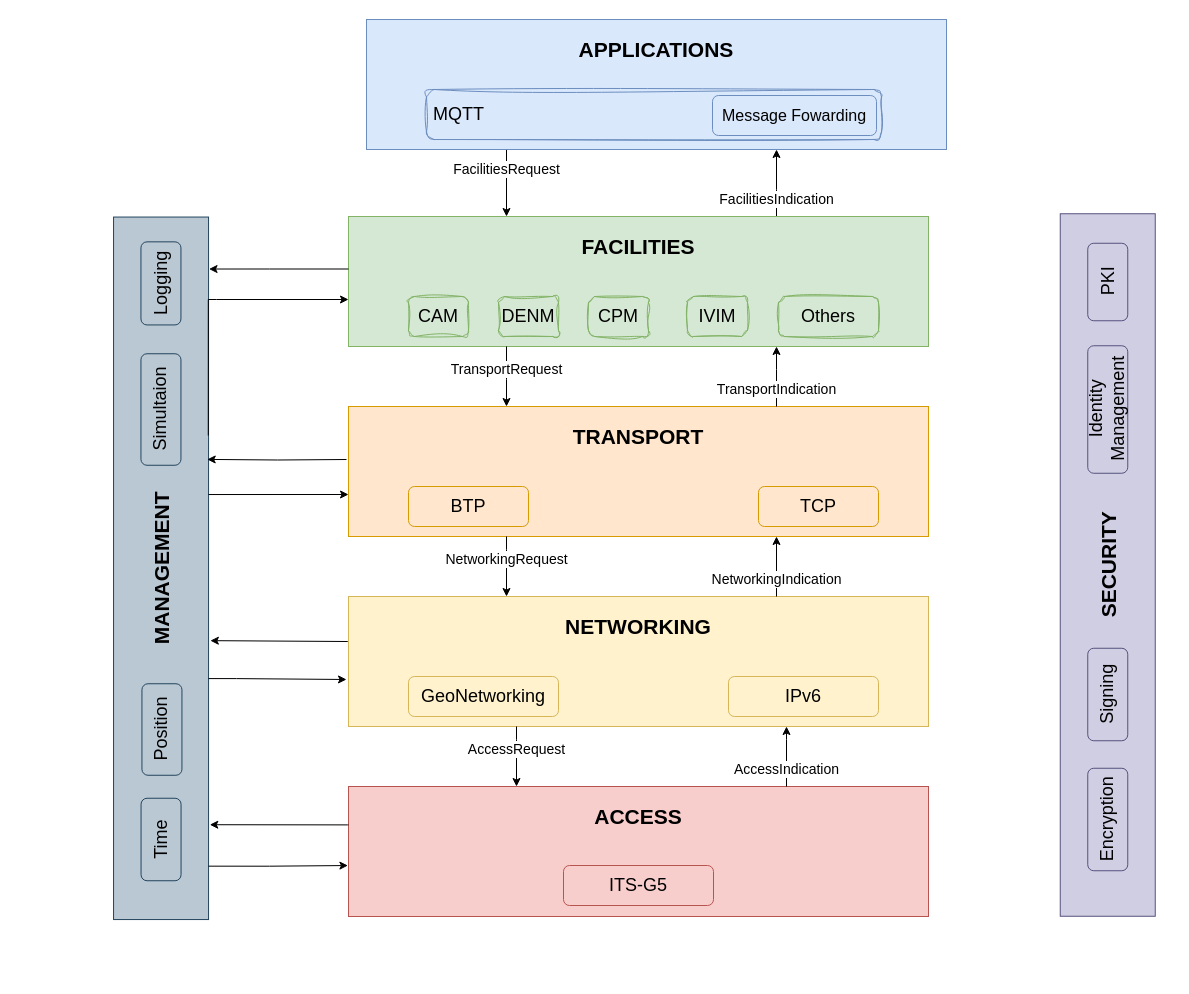
Earlier version of the draw.io diagram assets/itss_arch.drawio (bearkillerPT/Dissertation). Source tidied: cells renumbered, new cells numbered last; positions are measured from the earlier drawing's top-left corner, leaving out a move shared by most shapes. Both pictures are drawn from the tidied source at 100%, with x=0, y=0 at pixel (-191, 19). Pictures stored in the file or linked from it are replaced by grey dashed boxes.
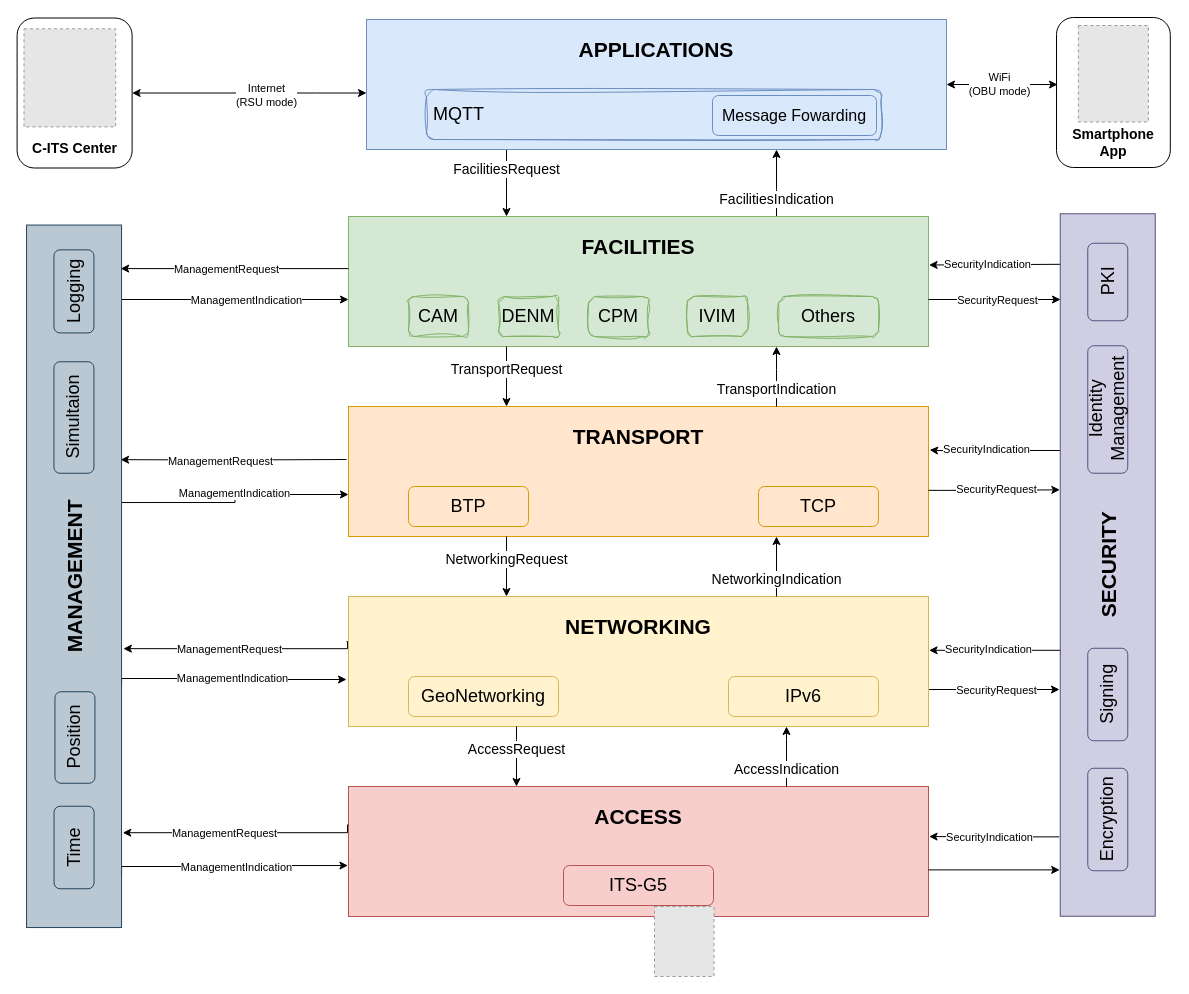
Above is the later version.

Commit message:
diagram finally complete jesus

The change refers to these unchanged cells:
```xml
<mxCell id="5" value="&lt;font size=&quot;1&quot; style=&quot;&quot;&gt;&lt;b style=&quot;font-size: 21px;&quot;&gt;APPLICATIONS&lt;/b&gt;&lt;/font&gt;" style="rounded=0;whiteSpace=wrap;html=1;fillColor=#dae8fc;strokeColor=#6c8ebf;spacingTop=-70;" parent="4" vertex="1">
  <mxGeometry width="580" height="130" as="geometry" />
</mxCell>
<mxCell id="9" value="&lt;span style=&quot;font-size: 21px;&quot;&gt;&lt;b&gt;FACILITIES&lt;/b&gt;&lt;/span&gt;" style="rounded=0;whiteSpace=wrap;html=1;fillColor=#d5e8d4;strokeColor=#82b366;spacingTop=-70;" parent="8" vertex="1">
  <mxGeometry width="580" height="130" as="geometry" />
</mxCell>
<mxCell id="16" value="&lt;span style=&quot;font-size: 21px;&quot;&gt;&lt;b&gt;TRANSPORT&lt;/b&gt;&lt;/span&gt;" style="rounded=0;whiteSpace=wrap;html=1;fillColor=#ffe6cc;strokeColor=#d79b00;spacingTop=-70;" parent="15" vertex="1">
  <mxGeometry width="580" height="130" as="geometry" />
</mxCell>
<mxCell id="20" value="&lt;font size=&quot;1&quot; style=&quot;&quot;&gt;&lt;b style=&quot;font-size: 21px;&quot;&gt;NETWORKING&lt;/b&gt;&lt;/font&gt;" style="rounded=0;whiteSpace=wrap;html=1;fillColor=#fff2cc;strokeColor=#D6B656;spacingTop=-70;" parent="19" vertex="1">
  <mxGeometry width="580" height="130" as="geometry" />
</mxCell>
<mxCell id="24" value="&lt;font size=&quot;1&quot; style=&quot;&quot;&gt;&lt;b style=&quot;font-size: 21px;&quot;&gt;ACCESS&lt;/b&gt;&lt;/font&gt;" style="rounded=0;whiteSpace=wrap;html=1;fillColor=#f8cecc;strokeColor=#b85450;spacingTop=-70;" parent="23" vertex="1">
  <mxGeometry width="580" height="130" as="geometry" />
</mxCell>
<mxCell id="34" value="&lt;font size=&quot;1&quot; style=&quot;&quot;&gt;&lt;b style=&quot;font-size: 21px;&quot;&gt;MANAGEMENT&lt;br&gt;&lt;/b&gt;&lt;/font&gt;" style="rounded=0;whiteSpace=wrap;html=1;fillColor=#bac8d3;strokeColor=#23445d;spacingTop=0;direction=east;flipV=0;flipH=0;rotation=270;" parent="33" vertex="1">
  <mxGeometry x="-303.7" y="303.8" width="702.5" height="95" as="geometry" />
</mxCell>
```

Diff of the diagram source:
```diff
@@
-    <mxCell id="32" style="group;" parent="1" vertex="1">
-      <mxGeometry x="304" width="398.8" height="900" as="geometry" />
-    </mxCell>
+    <mxCell id="39" style="edgeStyle=orthogonalEdgeStyle;rounded=0;jettySize=auto;html=1;exitX=0.689;exitY=0.997;exitDx=0;exitDy=0;exitPerimeter=0;" parent="1" edge="1" source="34" target="9">
+      <mxGeometry relative="1" as="geometry">
+        <Array as="points">
+          <mxPoint x="407" y="280" />
+          <mxPoint x="407" y="280" />
+        </Array>
+      </mxGeometry>
+    </mxCell>
+    <mxCell id="52" value="ManagementIndication" style="edgeLabel;html=1;align=center;verticalAlign=middle;" parent="39" vertex="1">
+      <mxGeometry x="0.45" relative="1" as="geometry" />
+    </mxCell>
+    <mxCell id="40" style="edgeStyle=orthogonalEdgeStyle;rounded=0;jettySize=auto;html=1;entryX=0.938;entryY=0.991;entryDx=0;entryDy=0;entryPerimeter=0;" parent="1" edge="1" source="9" target="34">
+      <mxGeometry relative="1" as="geometry">
+        <Array as="points">
+          <mxPoint x="426" y="250" />
+        </Array>
+      </mxGeometry>
+    </mxCell>
+    <mxCell id="53" value="ManagementRequest" style="edgeLabel;html=1;align=center;verticalAlign=middle;" parent="40" vertex="1">
+      <mxGeometry x="0.15" relative="1" as="geometry">
+        <mxPoint x="8" as="offset" />
+      </mxGeometry>
+    </mxCell>
+    <mxCell id="41" style="edgeStyle=orthogonalEdgeStyle;rounded=0;jettySize=auto;html=1;entryX=0;entryY=0.677;entryDx=0;entryDy=0;entryPerimeter=0;exitX=0.605;exitY=1;exitDx=0;exitDy=0;exitPerimeter=0;" parent="1" edge="1" source="34" target="16">
+      <mxGeometry relative="1" as="geometry" />
+    </mxCell>
+    <mxCell id="54" value="ManagementIndication" style="edgeLabel;html=1;align=center;verticalAlign=middle;" parent="41" vertex="1">
+      <mxGeometry x="0.1" y="2" relative="1" as="geometry">
+        <mxPoint x="-9" as="offset" />
+      </mxGeometry>
+    </mxCell>
+    <mxCell id="42" style="edgeStyle=orthogonalEdgeStyle;rounded=0;jettySize=auto;html=1;entryX=0.666;entryY=0.99;entryDx=0;entryDy=0;entryPerimeter=0;" parent="1" edge="1" target="34">
+      <mxGeometry relative="1" as="geometry">
+        <mxPoint x="537" y="440" as="sourcePoint" />
+      </mxGeometry>
+    </mxCell>
+    <mxCell id="55" value="ManagementRequest" style="edgeLabel;html=1;align=center;verticalAlign=middle;" parent="42" vertex="1">
+      <mxGeometry x="0.33" y="1" relative="1" as="geometry">
+        <mxPoint x="23" as="offset" />
+      </mxGeometry>
+    </mxCell>
+    <mxCell id="43" style="edgeStyle=orthogonalEdgeStyle;rounded=0;jettySize=auto;html=1;exitX=0.343;exitY=1;exitDx=0;exitDy=0;exitPerimeter=0;" parent="1" edge="1" source="34">
+      <mxGeometry relative="1" as="geometry">
+        <mxPoint x="537" y="660" as="targetPoint" />
+        <Array as="points">
+          <mxPoint x="427" y="659" />
+        </Array>
+      </mxGeometry>
+    </mxCell>
+    <mxCell id="56" value="ManagementIndication" style="edgeLabel;html=1;align=center;verticalAlign=middle;" parent="43" vertex="1">
+      <mxGeometry x="0.07" y="2" relative="1" as="geometry">
+        <mxPoint x="-6" as="offset" />
+      </mxGeometry>
+    </mxCell>
+    <mxCell id="44" style="edgeStyle=orthogonalEdgeStyle;rounded=0;jettySize=auto;html=1;entryX=0.397;entryY=1.019;entryDx=0;entryDy=0;entryPerimeter=0;" parent="1" edge="1" target="34">
+      <mxGeometry relative="1" as="geometry">
+        <mxPoint x="537" y="622" as="sourcePoint" />
+        <Array as="points">
+          <mxPoint x="538" y="622" />
+        </Array>
+      </mxGeometry>
+    </mxCell>
+    <mxCell id="57" value="ManagementRequest" style="edgeLabel;html=1;align=center;verticalAlign=middle;" parent="44" vertex="1">
+      <mxGeometry x="0.16" relative="1" as="geometry">
+        <mxPoint x="8" as="offset" />
+      </mxGeometry>
+    </mxCell>
+    <mxCell id="45" style="edgeStyle=orthogonalEdgeStyle;rounded=0;jettySize=auto;html=1;entryX=-0.001;entryY=0.608;entryDx=0;entryDy=0;entryPerimeter=0;exitX=0.076;exitY=1;exitDx=0;exitDy=0;exitPerimeter=0;" parent="1" edge="1" source="34" target="24">
+      <mxGeometry relative="1" as="geometry">
+        <Array as="points">
+          <mxPoint x="460" y="847" />
+        </Array>
+      </mxGeometry>
+    </mxCell>
+    <mxCell id="58" value="ManagementIndication" style="edgeLabel;html=1;align=center;verticalAlign=middle;" parent="45" vertex="1">
+      <mxGeometry x="0.13" y="-1" relative="1" as="geometry">
+        <mxPoint x="-11" y="-1" as="offset" />
+      </mxGeometry>
+    </mxCell>
+    <mxCell id="46" style="edgeStyle=orthogonalEdgeStyle;rounded=0;jettySize=auto;html=1;entryX=0.135;entryY=1.013;entryDx=0;entryDy=0;entryPerimeter=0;exitX=0;exitY=0.295;exitDx=0;exitDy=0;exitPerimeter=0;" parent="1" edge="1" source="24" target="34">
+      <mxGeometry relative="1" as="geometry">
+        <Array as="points">
+          <mxPoint x="538" y="805" />
+        </Array>
+      </mxGeometry>
+    </mxCell>
+    <mxCell id="59" value="ManagementRequest" style="edgeLabel;html=1;align=center;verticalAlign=middle;" parent="46" vertex="1">
+      <mxGeometry x="0.28" relative="1" as="geometry">
+        <mxPoint x="17" as="offset" />
+      </mxGeometry>
+    </mxCell>
+    <mxCell id="60" style="edgeStyle=orthogonalEdgeStyle;rounded=0;jettySize=auto;html=1;entryX=1.001;entryY=0.373;entryDx=0;entryDy=0;entryPerimeter=0;exitX=0.928;exitY=-0.003;exitDx=0;exitDy=0;exitPerimeter=0;" parent="1" edge="1" source="47" target="9">
+      <mxGeometry relative="1" as="geometry">
+        <Array as="points">
+          <mxPoint x="1252" y="245" />
+        </Array>
+      </mxGeometry>
+    </mxCell>
+    <mxCell id="61" value="SecurityIndication" style="edgeLabel;html=1;align=center;verticalAlign=middle;" parent="60" vertex="1">
+      <mxGeometry x="0.32" y="-1" relative="1" as="geometry">
+        <mxPoint x="12" as="offset" />
+      </mxGeometry>
+    </mxCell>
+    <mxCell id="62" style="edgeStyle=orthogonalEdgeStyle;rounded=0;jettySize=auto;html=1;entryX=1.002;entryY=0.334;entryDx=0;entryDy=0;entryPerimeter=0;exitX=0.663;exitY=-0.002;exitDx=0;exitDy=0;exitPerimeter=0;" parent="1" edge="1" source="47" target="16">
+      <mxGeometry relative="1" as="geometry">
+        <Array as="points">
+          <mxPoint x="1127" y="431" />
+        </Array>
+      </mxGeometry>
+    </mxCell>
+    <mxCell id="63" value="SecurityIndication" style="edgeLabel;html=1;align=center;verticalAlign=middle;" parent="62" vertex="1">
+      <mxGeometry x="0.21" y="-1" relative="1" as="geometry">
+        <mxPoint x="5" as="offset" />
+      </mxGeometry>
+    </mxCell>
+    <mxCell id="64" style="edgeStyle=orthogonalEdgeStyle;rounded=0;jettySize=auto;html=1;exitX=0.374;exitY=0.007;exitDx=0;exitDy=0;exitPerimeter=0;entryX=1.001;entryY=0.414;entryDx=0;entryDy=0;entryPerimeter=0;" parent="1" edge="1" source="47" target="20">
+      <mxGeometry relative="1" as="geometry">
+        <Array as="points">
+          <mxPoint x="1251" y="630" />
+          <mxPoint x="1120" y="630" />
+        </Array>
+      </mxGeometry>
+    </mxCell>
+    <mxCell id="65" value="SecurityIndication" style="edgeLabel;html=1;align=center;verticalAlign=middle;" parent="64" vertex="1">
+      <mxGeometry x="0.12" y="-1" relative="1" as="geometry" />
+    </mxCell>
+    <mxCell id="66" style="edgeStyle=orthogonalEdgeStyle;rounded=0;jettySize=auto;html=1;entryX=1.001;entryY=0.385;entryDx=0;entryDy=0;entryPerimeter=0;exitX=0.113;exitY=-0.01;exitDx=0;exitDy=0;exitPerimeter=0;" parent="1" edge="1" source="47" target="24">
+      <mxGeometry relative="1" as="geometry">
+        <Array as="points">
+          <mxPoint x="1185" y="817" />
+        </Array>
+      </mxGeometry>
+    </mxCell>
+    <mxCell id="67" value="SecurityIndication" style="edgeLabel;html=1;align=center;verticalAlign=middle;" parent="66" vertex="1">
+      <mxGeometry x="0.08" relative="1" as="geometry" />
+    </mxCell>
+    <mxCell id="47" value="&lt;font size=&quot;1&quot; style=&quot;&quot;&gt;&lt;b style=&quot;font-size: 21px;&quot;&gt;SECURITY&lt;br&gt;&lt;/b&gt;&lt;/font&gt;" style="rounded=0;whiteSpace=wrap;html=1;fillColor=#d0cee2;strokeColor=#56517E;spacingTop=0;direction=east;flipV=0;flipH=0;rotation=270;" parent="1" vertex="1">
+      <mxGeometry x="947" y="498" width="702.5" height="95" as="geometry" />
+    </mxCell>
+    <mxCell id="48" value="&lt;font style=&quot;font-size: 18px;&quot;&gt;Encryption&lt;br&gt;&lt;/font&gt;" style="rounded=1;whiteSpace=wrap;html=1;fillColor=none;strokeColor=#56517E;align=center;rotation=270;" parent="1" vertex="1">
+      <mxGeometry x="1247" y="780" width="102.5" height="40" as="geometry" />
+    </mxCell>
+    <mxCell id="49" value="&lt;font style=&quot;font-size: 18px;&quot;&gt;Signing&lt;br&gt;&lt;/font&gt;" style="rounded=1;whiteSpace=wrap;html=1;fillColor=none;strokeColor=#56517E;align=center;rotation=270;" parent="1" vertex="1">
+      <mxGeometry x="1252" y="655" width="92.5" height="40" as="geometry" />
+    </mxCell>
+    <mxCell id="50" value="&lt;font style=&quot;font-size: 18px;&quot;&gt;PKI&lt;br&gt;&lt;/font&gt;" style="rounded=1;whiteSpace=wrap;html=1;fillColor=none;strokeColor=#56517E;align=center;rotation=270;" parent="1" vertex="1">
+      <mxGeometry x="1259.5" y="242.5" width="77.5" height="40" as="geometry" />
+    </mxCell>
+    <mxCell id="51" value="&lt;font style=&quot;font-size: 18px;&quot;&gt;Identity&lt;br&gt;Management&lt;br&gt;&lt;/font&gt;" style="rounded=1;whiteSpace=wrap;html=1;fillColor=none;strokeColor=#56517E;align=center;rotation=270;" parent="1" vertex="1">
+      <mxGeometry x="1234.5" y="370" width="127.5" height="40" as="geometry" />
+    </mxCell>
+    <mxCell id="68" style="edgeStyle=orthogonalEdgeStyle;rounded=0;jettySize=auto;html=1;" parent="1" edge="1" source="9">
+      <mxGeometry relative="1" as="geometry">
+        <mxPoint x="1251" y="280" as="targetPoint" />
+        <Array as="points">
+          <mxPoint x="1251" y="280" />
+        </Array>
+      </mxGeometry>
+    </mxCell>
+    <mxCell id="69" value="SecurityRequest" style="edgeLabel;html=1;align=center;verticalAlign=middle;" parent="68" vertex="1">
+      <mxGeometry x="-0.13" relative="1" as="geometry">
+        <mxPoint x="11" as="offset" />
+      </mxGeometry>
+    </mxCell>
+    <mxCell id="70" style="edgeStyle=orthogonalEdgeStyle;rounded=0;jettySize=auto;html=1;exitX=1;exitY=0.645;exitDx=0;exitDy=0;exitPerimeter=0;entryX=0.607;entryY=-0.004;entryDx=0;entryDy=0;entryPerimeter=0;" parent="1" edge="1" source="16" target="47">
+      <mxGeometry relative="1" as="geometry">
+        <Array as="points">
+          <mxPoint x="1167" y="471" />
+        </Array>
+      </mxGeometry>
+    </mxCell>
+    <mxCell id="71" value="SecurityRequest" style="edgeLabel;html=1;align=center;verticalAlign=middle;" parent="70" vertex="1">
+      <mxGeometry x="0.14" y="1" relative="1" as="geometry">
+        <mxPoint x="-7" as="offset" />
+      </mxGeometry>
+    </mxCell>
+    <mxCell id="72" style="edgeStyle=orthogonalEdgeStyle;rounded=0;jettySize=auto;html=1;exitX=1.001;exitY=0.712;exitDx=0;exitDy=0;exitPerimeter=0;" parent="1" edge="1" source="20">
+      <mxGeometry relative="1" as="geometry">
+        <mxPoint x="1250" y="670" as="targetPoint" />
+        <Array as="points">
+          <mxPoint x="1250" y="670" />
+        </Array>
+      </mxGeometry>
+    </mxCell>
+    <mxCell id="73" value="SecurityRequest" style="edgeLabel;html=1;align=center;verticalAlign=middle;" parent="72" vertex="1">
+      <mxGeometry x="-0.08" y="-2" relative="1" as="geometry">
+        <mxPoint x="7" y="-2" as="offset" />
+      </mxGeometry>
+    </mxCell>
+    <mxCell id="74" style="edgeStyle=orthogonalEdgeStyle;rounded=0;jettySize=auto;html=1;entryX=0.066;entryY=-0.006;entryDx=0;entryDy=0;entryPerimeter=0;" parent="1" edge="1" source="24" target="47">
+      <mxGeometry relative="1" as="geometry">
+        <Array as="points">
+          <mxPoint x="1185" y="850" />
+        </Array>
+      </mxGeometry>
+    </mxCell>
-    <mxCell id="33" style="group;" parent="32" vertex="1">
-      <mxGeometry y="197.5" width="95" height="702.5" as="geometry" />
+    <mxCell id="33" style="group;" parent="1" vertex="1">
+      <mxGeometry x="217" y="205.5" width="95" height="702.5" as="geometry" />
     </mxCell>
@@
-    <mxCell id="39" style="edgeStyle=orthogonalEdgeStyle;rounded=0;jettySize=auto;html=1;exitX=0.689;exitY=0.997;exitDx=0;exitDy=0;exitPerimeter=0;" parent="1" edge="1" source="34" target="9">
-      <mxGeometry relative="1" as="geometry">
-        <Array as="points">
-          <mxPoint x="407" y="280" />
-          <mxPoint x="407" y="280" />
-        </Array>
-      </mxGeometry>
-    </mxCell>
-    <mxCell id="40" style="edgeStyle=orthogonalEdgeStyle;rounded=0;jettySize=auto;html=1;entryX=0.926;entryY=1.005;entryDx=0;entryDy=0;entryPerimeter=0;" parent="1" edge="1" source="9" target="34">
-      <mxGeometry relative="1" as="geometry">
-        <Array as="points">
-          <mxPoint x="460" y="249" />
-        </Array>
-      </mxGeometry>
-    </mxCell>
-    <mxCell id="41" style="edgeStyle=orthogonalEdgeStyle;rounded=0;jettySize=auto;html=1;entryX=0;entryY=0.677;entryDx=0;entryDy=0;entryPerimeter=0;exitX=0.605;exitY=1;exitDx=0;exitDy=0;exitPerimeter=0;" parent="1" edge="1" source="34" target="16">
-      <mxGeometry relative="1" as="geometry" />
-    </mxCell>
-    <mxCell id="42" style="edgeStyle=orthogonalEdgeStyle;rounded=0;jettySize=auto;html=1;entryX=0.655;entryY=0.986;entryDx=0;entryDy=0;entryPerimeter=0;" parent="1" edge="1" target="34">
-      <mxGeometry relative="1" as="geometry">
-        <mxPoint x="537" y="440" as="sourcePoint" />
-      </mxGeometry>
-    </mxCell>
-    <mxCell id="43" style="edgeStyle=orthogonalEdgeStyle;rounded=0;jettySize=auto;html=1;exitX=0.343;exitY=1;exitDx=0;exitDy=0;exitPerimeter=0;" parent="1" edge="1" source="34">
-      <mxGeometry relative="1" as="geometry">
-        <mxPoint x="537" y="660" as="targetPoint" />
-        <Array as="points">
-          <mxPoint x="427" y="659" />
-        </Array>
-      </mxGeometry>
-    </mxCell>
-    <mxCell id="44" style="edgeStyle=orthogonalEdgeStyle;rounded=0;jettySize=auto;html=1;entryX=0.397;entryY=1.019;entryDx=0;entryDy=0;entryPerimeter=0;" parent="1" edge="1" target="34">
-      <mxGeometry relative="1" as="geometry">
-        <mxPoint x="537" y="622" as="sourcePoint" />
-        <Array as="points">
-          <mxPoint x="538" y="622" />
-        </Array>
-      </mxGeometry>
-    </mxCell>
-    <mxCell id="45" style="edgeStyle=orthogonalEdgeStyle;rounded=0;jettySize=auto;html=1;entryX=-0.001;entryY=0.608;entryDx=0;entryDy=0;entryPerimeter=0;exitX=0.076;exitY=1;exitDx=0;exitDy=0;exitPerimeter=0;" parent="1" edge="1" source="34" target="24">
-      <mxGeometry relative="1" as="geometry">
-        <Array as="points">
-          <mxPoint x="460" y="847" />
-        </Array>
-      </mxGeometry>
-    </mxCell>
-    <mxCell id="46" style="edgeStyle=orthogonalEdgeStyle;rounded=0;jettySize=auto;html=1;entryX=0.135;entryY=1.013;entryDx=0;entryDy=0;entryPerimeter=0;exitX=0;exitY=0.295;exitDx=0;exitDy=0;exitPerimeter=0;" parent="1" edge="1" source="24" target="34">
-      <mxGeometry relative="1" as="geometry">
-        <Array as="points">
-          <mxPoint x="538" y="805" />
-        </Array>
-      </mxGeometry>
-    </mxCell>
-    <mxCell id="47" value="&lt;font size=&quot;1&quot; style=&quot;&quot;&gt;&lt;b style=&quot;font-size: 21px;&quot;&gt;SECURITY&lt;br&gt;&lt;/b&gt;&lt;/font&gt;" style="rounded=0;whiteSpace=wrap;html=1;fillColor=#d0cee2;strokeColor=#56517E;spacingTop=0;direction=east;flipV=0;flipH=0;rotation=270;" parent="1" vertex="1">
-      <mxGeometry x="947" y="498" width="702.5" height="95" as="geometry" />
-    </mxCell>
-    <mxCell id="48" value="&lt;font style=&quot;font-size: 18px;&quot;&gt;Encryption&lt;br&gt;&lt;/font&gt;" style="rounded=1;whiteSpace=wrap;html=1;fillColor=none;strokeColor=#56517E;align=center;rotation=270;" parent="1" vertex="1">
-      <mxGeometry x="1247" y="780" width="102.5" height="40" as="geometry" />
-    </mxCell>
-    <mxCell id="49" value="&lt;font style=&quot;font-size: 18px;&quot;&gt;Signing&lt;br&gt;&lt;/font&gt;" style="rounded=1;whiteSpace=wrap;html=1;fillColor=none;strokeColor=#56517E;align=center;rotation=270;" parent="1" vertex="1">
-      <mxGeometry x="1252" y="655" width="92.5" height="40" as="geometry" />
-    </mxCell>
-    <mxCell id="50" value="&lt;font style=&quot;font-size: 18px;&quot;&gt;PKI&lt;br&gt;&lt;/font&gt;" style="rounded=1;whiteSpace=wrap;html=1;fillColor=none;strokeColor=#56517E;align=center;rotation=270;" parent="1" vertex="1">
-      <mxGeometry x="1259.5" y="242.5" width="77.5" height="40" as="geometry" />
-    </mxCell>
-    <mxCell id="51" value="&lt;font style=&quot;font-size: 18px;&quot;&gt;Identity&lt;br&gt;Management&lt;br&gt;&lt;/font&gt;" style="rounded=1;whiteSpace=wrap;html=1;fillColor=none;strokeColor=#56517E;align=center;rotation=270;" parent="1" vertex="1">
-      <mxGeometry x="1234.5" y="370" width="127.5" height="40" as="geometry" />
-    </mxCell>
+    <mxCell id="75" style="group;rotation=0;" parent="1" vertex="1">
+      <mxGeometry x="207.6" y="-1.5" width="113.8" height="150" as="geometry" />
+    </mxCell>
+    <mxCell id="76" value="&lt;p style=&quot;line-height: 120%;&quot;&gt;&lt;font style=&quot;font-size: 14px;&quot;&gt;&lt;b&gt;C-ITS Center&lt;/b&gt;&lt;/font&gt;&lt;/p&gt;" style="rounded=1;whiteSpace=wrap;html=1;spacingTop=110;" parent="75" vertex="1">
+      <mxGeometry width="115" height="150" as="geometry" />
+    </mxCell>
+    <mxCell id="77" style="fillColor=#E6E6E6;strokeColor=#999999;dashed=1;verticalLabelPosition=bottom;labelBackgroundColor=default;verticalAlign=top;" parent="75" vertex="1">
+      <mxGeometry x="6.9" y="10.8" width="91.7" height="98.1" as="geometry" />
+    </mxCell>
+    <mxCell id="78" style="group;" parent="1" vertex="1">
+      <mxGeometry x="1247" y="-2" width="113.8" height="150" as="geometry" />
+    </mxCell>
+    <mxCell id="79" value="&lt;font style=&quot;font-size: 14px;&quot;&gt;&lt;b&gt;Smartphone App&lt;/b&gt;&lt;/font&gt;" style="rounded=1;whiteSpace=wrap;html=1;spacingTop=100;" parent="78" vertex="1">
+      <mxGeometry width="113.8" height="150" as="geometry" />
+    </mxCell>
+    <mxCell id="80" style="fillColor=#E6E6E6;strokeColor=#999999;dashed=1;verticalLabelPosition=bottom;labelBackgroundColor=default;verticalAlign=top;" parent="78" vertex="1">
+      <mxGeometry x="21.9" y="8" width="70" height="96.5" as="geometry" />
+    </mxCell>
+    <mxCell id="81" style="edgeStyle=orthogonalEdgeStyle;rounded=0;jettySize=auto;html=1;startArrow=classic;startFill=1;" parent="1" edge="1" source="76" target="5">
+      <mxGeometry relative="1" as="geometry">
+        <Array as="points">
+          <mxPoint x="507" y="73" />
+          <mxPoint x="507" y="73" />
+        </Array>
+      </mxGeometry>
+    </mxCell>
+    <mxCell id="82" value="&lt;font style=&quot;font-size: 11px;&quot;&gt;Internet&lt;br&gt;(RSU mode)&lt;/font&gt;" style="edgeLabel;html=1;align=center;verticalAlign=middle;" parent="81" vertex="1">
+      <mxGeometry x="0.14" y="-2" relative="1" as="geometry" />
+    </mxCell>
+    <mxCell id="83" style="edgeStyle=orthogonalEdgeStyle;rounded=0;jettySize=auto;html=1;exitX=1;exitY=0.5;exitDx=0;exitDy=0;entryX=0.009;entryY=0.447;entryDx=0;entryDy=0;entryPerimeter=0;startArrow=classic;startFill=1;" parent="1" edge="1" source="5" target="79">
+      <mxGeometry relative="1" as="geometry" />
+    </mxCell>
+    <mxCell id="84" value="WiFi&lt;br&gt;(OBU mode)" style="edgeLabel;html=1;align=center;verticalAlign=middle;" parent="83" vertex="1">
+      <mxGeometry x="-0.07" y="1" relative="1" as="geometry" />
+    </mxCell>
+    <mxCell id="85" style="fillColor=#E6E6E6;strokeColor=#999999;dashed=1;verticalLabelPosition=bottom;labelBackgroundColor=default;verticalAlign=top;" parent="1" vertex="1">
+      <mxGeometry x="845" y="887" width="59.5" height="70" as="geometry" />
+    </mxCell>
```
